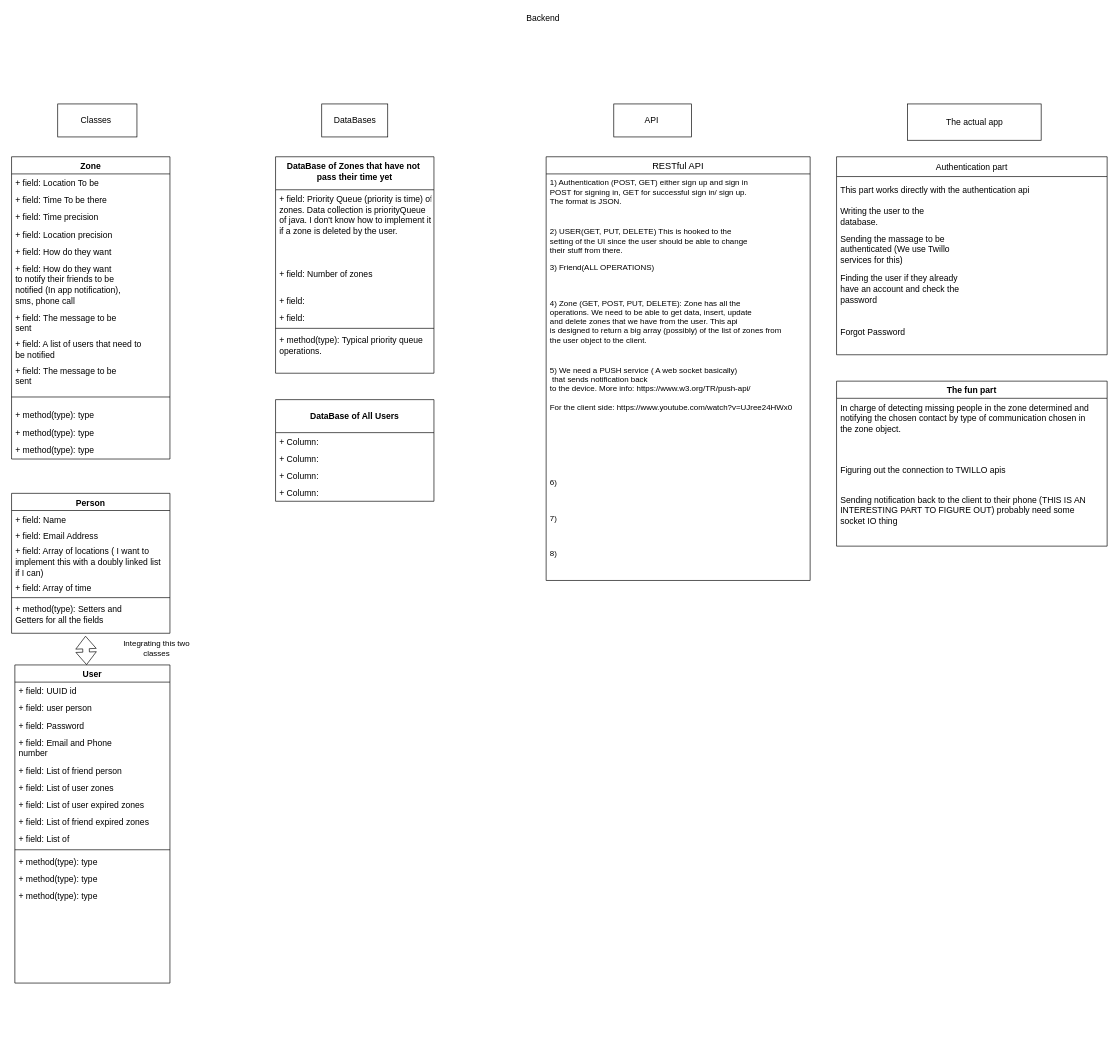
This is page "Page-1" (1 of 2) of Untitled Diagram.drawio from mosaghafian/SUREDiagrams, a draw.io file, before an edit. Source tidied: cells renumbered, new cells numbered last; positions are measured from the earlier drawing's top-left corner, leaving out a move shared by most shapes. Both pictures are drawn from the tidied source at 66%, with x=0, y=0 at pixel (11, 11).
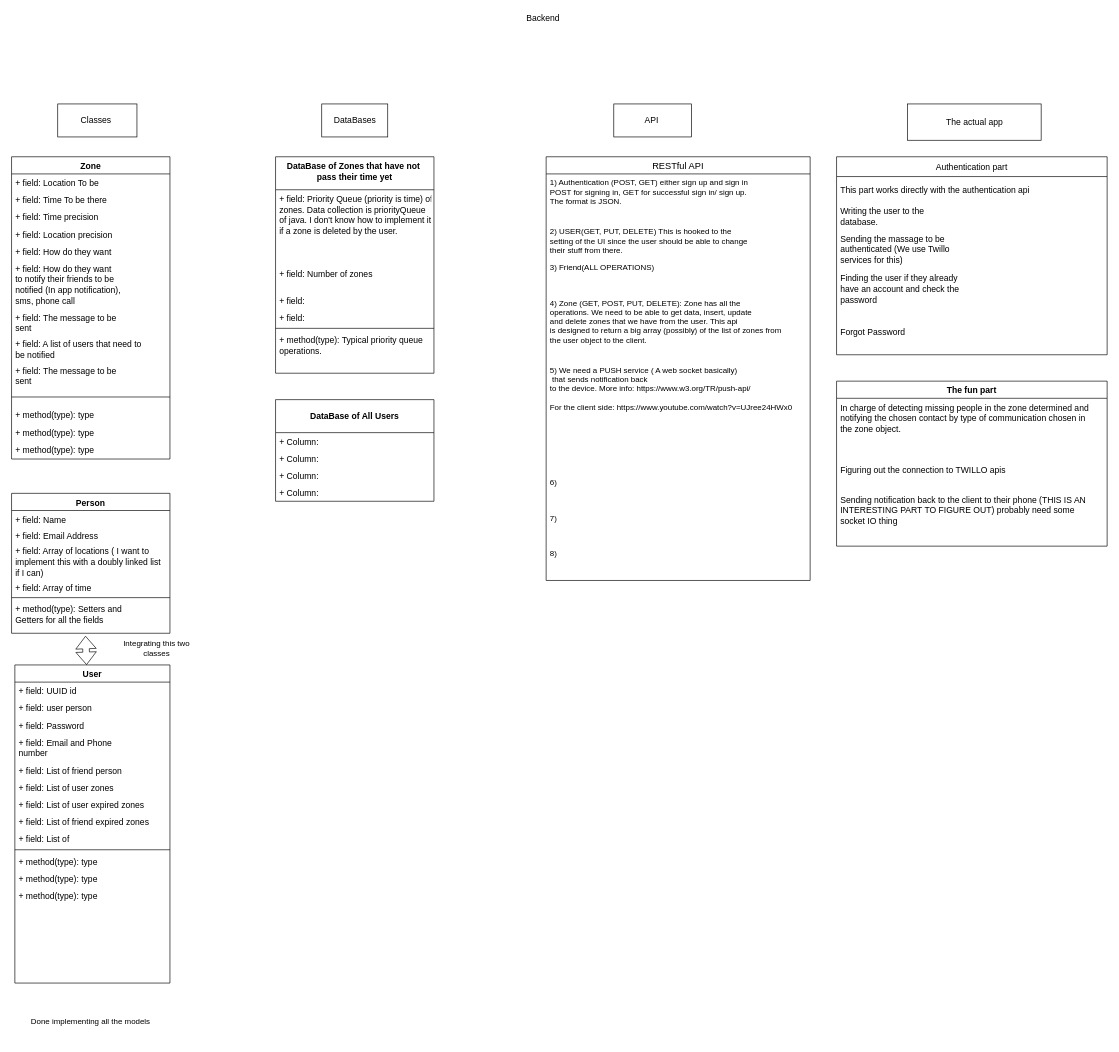
The same page after the edit.

Commit message:
Models implemented

What changed in the source:
```diff
@@
+    <mxCell id="75" value="Done implementing all the models" style="text;html=1;strokeColor=none;fillColor=none;align=center;verticalAlign=middle;whiteSpace=wrap;rounded=0;" parent="1" vertex="1">
+      <mxGeometry y="1500" width="240" height="60" as="geometry" />
+    </mxCell>
```
